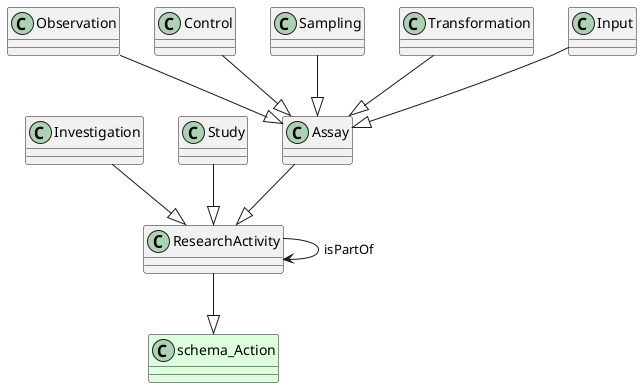
This is ttl_uml/ttl_appn_ResearchActivity.png from aus-plant-phenomics-network/appn-schema, a PlantUML export, as it was before one commit.
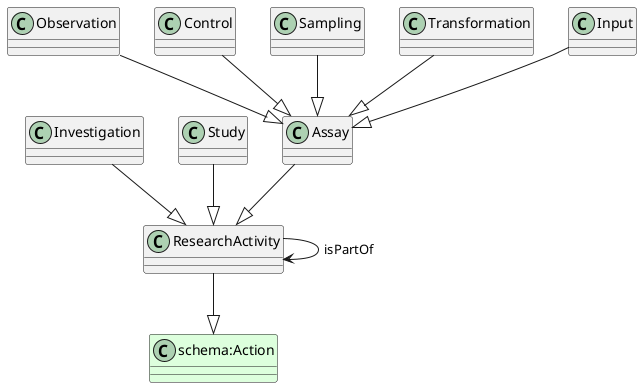
The same diagram one commit later.

Change to the diagram source:
```diff
@@ -1,7 +1,7 @@
 @startuml
 class ResearchActivity  #line.bold
-class schema_Action #DDFFDD
-ResearchActivity --|> schema_Action
+class "schema:Action" #DDFFDD
+ResearchActivity --|> "schema:Action"
 class ResearchActivity
 ResearchActivity --> ResearchActivity : isPartOf
 class Investigation
```
